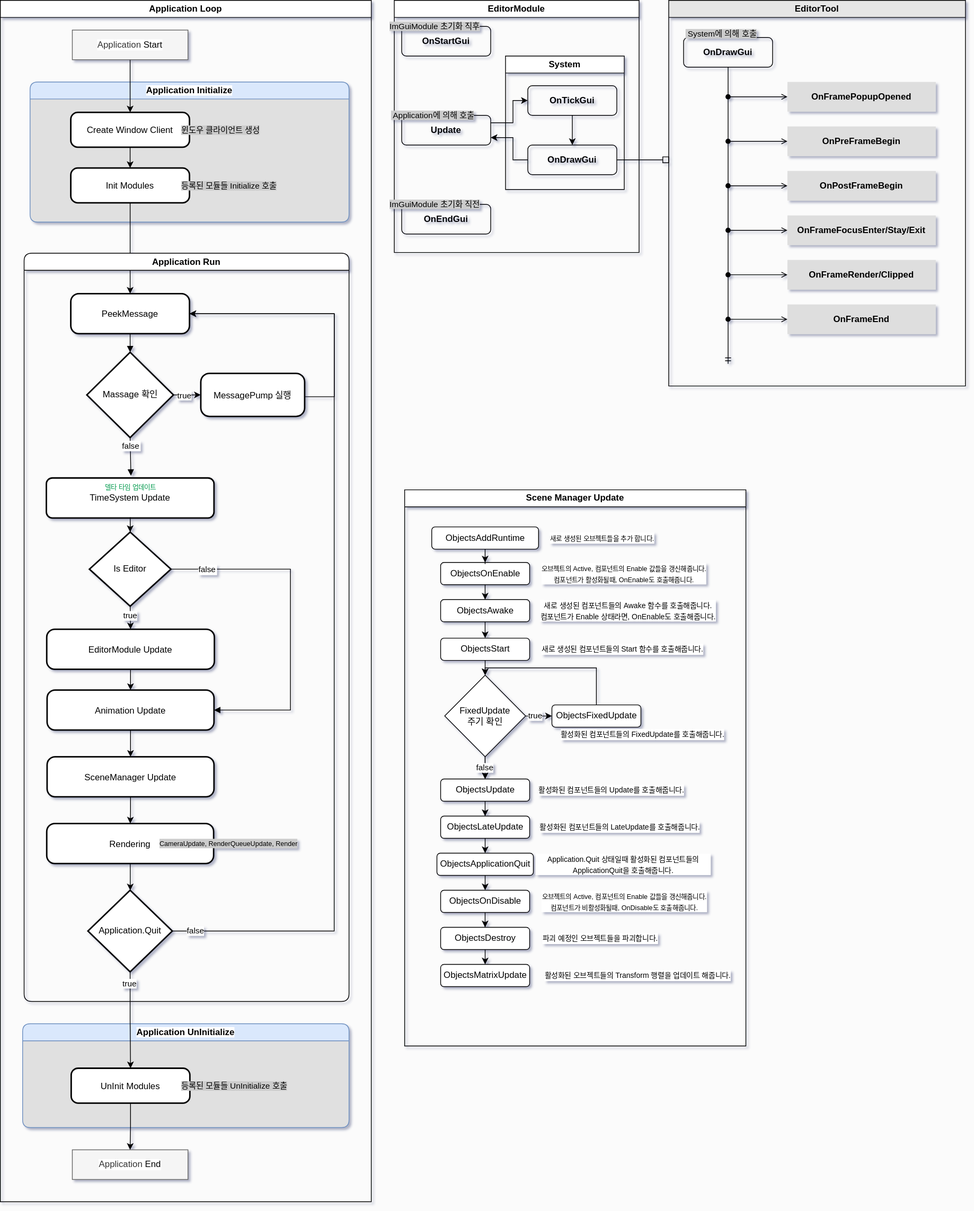
The draw.io diagram Diagram/GameEngineFlowChart.drawio.svg in Scarecrow37/VanishingGround, before a commit. Source tidied: cells renumbered, new cells last; positions are measured from the earlier drawing's top-left corner, leaving out a move shared by most shapes.
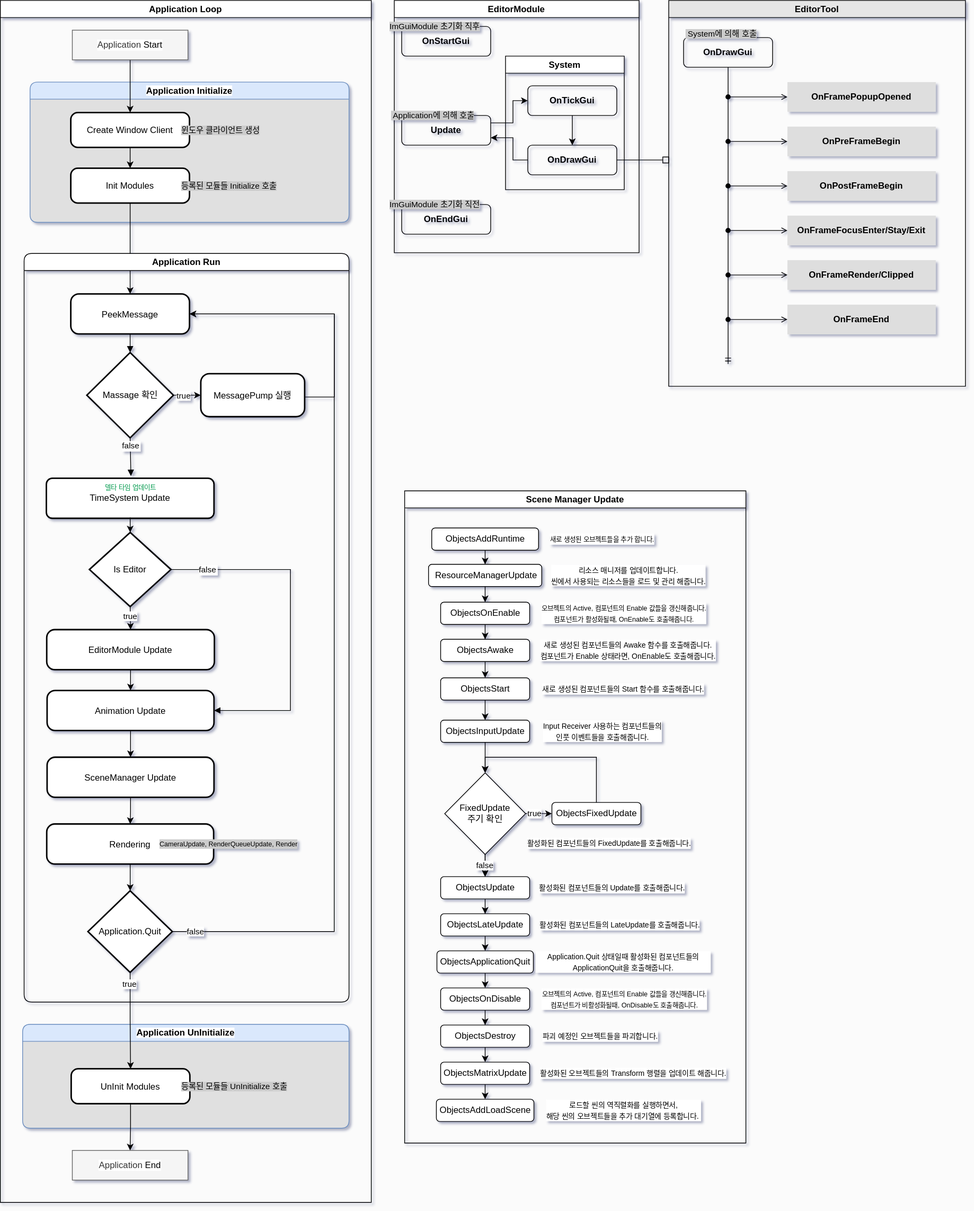
After the commit.

Commit message:
Scene Manager Update 최신화

Change to the diagram source:
```diff
@@ -3,25 +3,28 @@
     <mxCell id="0" />
     <mxCell id="1" parent="0" />
     <mxCell id="2" value="Scene Manager Update" style="swimlane;whiteSpace=wrap;html=1;labelBackgroundColor=default;" parent="1" vertex="1">
-      <mxGeometry x="545" y="660" width="460" height="750" as="geometry" />
+      <mxGeometry x="545" y="661" width="460" height="879" as="geometry" />
     </mxCell>
     <mxCell id="3" style="edgeStyle=orthogonalEdgeStyle;rounded=0;jettySize=auto;html=1;entryX=0.5;entryY=0;entryDx=0;entryDy=0;" parent="2" edge="1" source="4" target="8">
       <mxGeometry relative="1" as="geometry" />
     </mxCell>
     <mxCell id="4" value="ObjectsAwake" style="rounded=1;whiteSpace=wrap;html=1;labelBackgroundColor=default;" parent="2" vertex="1">
-      <mxGeometry x="48.5" y="148" width="120" height="30" as="geometry" />
+      <mxGeometry x="48.5" y="200" width="120" height="30" as="geometry" />
     </mxCell>
     <mxCell id="5" style="edgeStyle=orthogonalEdgeStyle;rounded=0;jettySize=auto;html=1;entryX=0.5;entryY=0;entryDx=0;entryDy=0;" parent="2" edge="1" source="6" target="4">
       <mxGeometry relative="1" as="geometry" />
     </mxCell>
     <mxCell id="6" value="ObjectsOnEnable" style="rounded=1;whiteSpace=wrap;html=1;labelBackgroundColor=default;" parent="2" vertex="1">
-      <mxGeometry x="48.5" y="98" width="120" height="30" as="geometry" />
+      <mxGeometry x="48.5" y="150" width="120" height="30" as="geometry" />
     </mxCell>
-    <mxCell id="7" style="edgeStyle=orthogonalEdgeStyle;rounded=0;jettySize=auto;html=1;exitX=0.5;exitY=1;exitDx=0;exitDy=0;entryX=0.5;entryY=0;entryDx=0;entryDy=0;labelBackgroundColor=default;" parent="2" edge="1" source="8" target="12">
+    <mxCell id="7" style="edgeStyle=orthogonalEdgeStyle;rounded=0;jettySize=auto;html=1;exitX=0.5;exitY=1;exitDx=0;exitDy=0;entryX=0.5;entryY=0;entryDx=0;entryDy=0;labelBackgroundColor=default;" parent="2" edge="1" source="117" target="12">
       <mxGeometry relative="1" as="geometry" />
     </mxCell>
+    <mxCell id="111" style="edgeStyle=orthogonalEdgeStyle;rounded=0;jettySize=auto;html=1;" parent="2" edge="1" source="8" target="117">
+      <mxGeometry relative="1" as="geometry" />
+    </mxCell>
     <mxCell id="8" value="ObjectsStart" style="rounded=1;whiteSpace=wrap;html=1;labelBackgroundColor=default;" parent="2" vertex="1">
-      <mxGeometry x="48.5" y="200" width="120" height="30" as="geometry" />
+      <mxGeometry x="48.5" y="252" width="120" height="30" as="geometry" />
     </mxCell>
     <mxCell id="9" value="true" style="edgeStyle=orthogonalEdgeStyle;rounded=0;jettySize=auto;html=1;exitX=1;exitY=0.5;exitDx=0;exitDy=0;entryX=0;entryY=0.5;entryDx=0;entryDy=0;labelBackgroundColor=default;" parent="2" edge="1" source="12" target="14">
       <mxGeometry x="-0.32" relative="1" as="geometry" />
@@ -33,58 +36,58 @@
       <mxGeometry relative="1" as="geometry" />
     </mxCell>
     <mxCell id="12" value="FixedUpdate&lt;div&gt;주기 확인&lt;/div&gt;" style="rhombus;whiteSpace=wrap;html=1;labelBackgroundColor=default;" parent="2" vertex="1">
-      <mxGeometry x="54" y="250" width="109" height="110" as="geometry" />
+      <mxGeometry x="54" y="380" width="109" height="110" as="geometry" />
     </mxCell>
     <mxCell id="13" style="edgeStyle=orthogonalEdgeStyle;rounded=0;jettySize=auto;html=1;entryX=0.5;entryY=0;entryDx=0;entryDy=0;labelBackgroundColor=default;" parent="2" edge="1" source="14" target="12">
       <mxGeometry relative="1" as="geometry">
         <Array as="points">
-          <mxPoint x="258.5" y="240" />
-          <mxPoint x="108.5" y="240" />
+          <mxPoint x="259" y="359" />
+          <mxPoint x="109" y="359" />
         </Array>
       </mxGeometry>
     </mxCell>
     <mxCell id="14" value="ObjectsFixedUpdate" style="rounded=1;whiteSpace=wrap;html=1;labelBackgroundColor=default;" parent="2" vertex="1">
-      <mxGeometry x="198.5" y="290" width="120" height="30" as="geometry" />
+      <mxGeometry x="198.5" y="420" width="120" height="30" as="geometry" />
     </mxCell>
     <mxCell id="15" style="edgeStyle=orthogonalEdgeStyle;rounded=0;jettySize=auto;html=1;entryX=0.5;entryY=0;entryDx=0;entryDy=0;labelBackgroundColor=default;" parent="2" edge="1" source="16" target="18">
       <mxGeometry relative="1" as="geometry" />
     </mxCell>
     <mxCell id="16" value="ObjectsUpdate" style="rounded=1;whiteSpace=wrap;html=1;labelBackgroundColor=default;" parent="2" vertex="1">
-      <mxGeometry x="48.5" y="390" width="120" height="30" as="geometry" />
+      <mxGeometry x="48.5" y="520" width="120" height="30" as="geometry" />
     </mxCell>
     <mxCell id="17" style="edgeStyle=orthogonalEdgeStyle;rounded=0;jettySize=auto;html=1;exitX=0.5;exitY=1;exitDx=0;exitDy=0;entryX=0.5;entryY=0;entryDx=0;entryDy=0;" parent="2" edge="1" source="18" target="20">
       <mxGeometry relative="1" as="geometry" />
     </mxCell>
     <mxCell id="18" value="ObjectsLateUpdate" style="rounded=1;whiteSpace=wrap;html=1;labelBackgroundColor=default;" parent="2" vertex="1">
-      <mxGeometry x="48.5" y="440" width="120" height="30" as="geometry" />
+      <mxGeometry x="48.5" y="570" width="120" height="30" as="geometry" />
     </mxCell>
     <mxCell id="19" style="edgeStyle=orthogonalEdgeStyle;rounded=0;jettySize=auto;html=1;exitX=0.5;exitY=1;exitDx=0;exitDy=0;entryX=0.5;entryY=0;entryDx=0;entryDy=0;" parent="2" edge="1" source="20" target="31">
       <mxGeometry relative="1" as="geometry" />
     </mxCell>
     <mxCell id="20" value="ObjectsApplicationQuit" style="rounded=1;whiteSpace=wrap;html=1;labelBackgroundColor=default;" parent="2" vertex="1">
-      <mxGeometry x="43.5" y="490" width="130" height="30" as="geometry" />
+      <mxGeometry x="43.5" y="620" width="130" height="30" as="geometry" />
     </mxCell>
     <mxCell id="21" value="&lt;font size=&quot;1&quot;&gt;새로 생성된 컴포넌트들의 Awake 함수를 호출해줍니다.&lt;/font&gt;&lt;div&gt;&lt;font size=&quot;1&quot;&gt;컴포넌트가 Enable 상태라면, OnEnable도 호출해줍니다.&lt;/font&gt;&lt;/div&gt;" style="text;html=1;align=center;verticalAlign=middle;whiteSpace=wrap;rounded=0;labelBackgroundColor=default;" parent="2" vertex="1">
-      <mxGeometry x="173.2" y="148" width="257" height="30" as="geometry" />
+      <mxGeometry x="173.2" y="200" width="257" height="30" as="geometry" />
     </mxCell>
     <mxCell id="22" value="&lt;font style=&quot;font-size: 9px;&quot;&gt;오브젝트의 Active, 컴포넌트의 Enable 값들을 갱신해줍니다.&lt;/font&gt;&lt;div&gt;&lt;font style=&quot;font-size: 9px;&quot;&gt;컴포넌트가 활성화될때, OnEnable도 호출해줍니다.&lt;/font&gt;&lt;/div&gt;" style="text;html=1;align=center;verticalAlign=middle;whiteSpace=wrap;rounded=0;labelBackgroundColor=default;" parent="2" vertex="1">
-      <mxGeometry x="145" y="98" width="301.5" height="30" as="geometry" />
+      <mxGeometry x="145" y="150" width="301.5" height="30" as="geometry" />
     </mxCell>
     <mxCell id="23" value="&lt;span style=&quot;font-size: x-small;&quot;&gt;새로 생성된 컴포넌트들의 Start 함수를 호출해줍니다.&lt;/span&gt;" style="text;html=1;align=center;verticalAlign=middle;whiteSpace=wrap;rounded=0;labelBackgroundColor=default;" parent="2" vertex="1">
-      <mxGeometry x="158.5" y="200" width="271.5" height="30" as="geometry" />
+      <mxGeometry x="158.5" y="252" width="271.5" height="30" as="geometry" />
     </mxCell>
     <mxCell id="24" value="&lt;font style=&quot;font-size: 9px;&quot;&gt;오브젝트의 Active, 컴포넌트의 Enable 값들을 갱신해줍니다.&lt;/font&gt;&lt;div&gt;&lt;font style=&quot;font-size: 9px;&quot;&gt;컴포넌트가 비활성화될때, OnDisable도 호출해줍니다.&lt;/font&gt;&lt;/div&gt;" style="text;html=1;align=center;verticalAlign=middle;whiteSpace=wrap;rounded=0;labelBackgroundColor=default;" parent="2" vertex="1">
-      <mxGeometry x="163" y="540" width="267" height="30" as="geometry" />
+      <mxGeometry x="163" y="670" width="267" height="30" as="geometry" />
     </mxCell>
     <mxCell id="25" value="&lt;span style=&quot;font-size: x-small;&quot;&gt;활성화된 컴포넌트들의 Update를 호출해줍니다.&lt;/span&gt;" style="text;html=1;align=center;verticalAlign=middle;whiteSpace=wrap;rounded=0;labelBackgroundColor=default;" parent="2" vertex="1">
-      <mxGeometry x="158.5" y="390" width="241.5" height="30" as="geometry" />
+      <mxGeometry x="158.5" y="520" width="241.5" height="30" as="geometry" />
     </mxCell>
     <mxCell id="26" value="&lt;span style=&quot;font-size: x-small;&quot;&gt;활성화된 컴포넌트들의 LateUpdate를 호출해줍니다.&lt;/span&gt;" style="text;html=1;align=center;verticalAlign=middle;whiteSpace=wrap;rounded=0;labelBackgroundColor=default;" parent="2" vertex="1">
-      <mxGeometry x="163" y="440" width="255" height="30" as="geometry" />
+      <mxGeometry x="163" y="570" width="255" height="30" as="geometry" />
     </mxCell>
-    <mxCell id="27" style="edgeStyle=orthogonalEdgeStyle;rounded=0;jettySize=auto;html=1;entryX=0.5;entryY=0;entryDx=0;entryDy=0;" parent="2" edge="1" source="28" target="6">
-      <mxGeometry relative="1" as="geometry" />
-    </mxCell>
+    <mxCell id="112" style="edgeStyle=orthogonalEdgeStyle;rounded=0;jettySize=auto;html=1;" parent="2" edge="1" source="28" target="115">
+      <mxGeometry relative="1" as="geometry" />
+    </mxCell>
     <mxCell id="28" value="ObjectsAddRuntime" style="rounded=1;whiteSpace=wrap;html=1;labelBackgroundColor=default;" parent="2" vertex="1">
       <mxGeometry x="36.5" y="50" width="144" height="30" as="geometry" />
     </mxCell>
@@ -95,29 +98,53 @@
       <mxGeometry relative="1" as="geometry" />
     </mxCell>
     <mxCell id="31" value="ObjectsOnDisable" style="rounded=1;whiteSpace=wrap;html=1;labelBackgroundColor=default;" parent="2" vertex="1">
-      <mxGeometry x="48.5" y="540" width="120" height="30" as="geometry" />
+      <mxGeometry x="48.5" y="670" width="120" height="30" as="geometry" />
     </mxCell>
     <mxCell id="32" value="&lt;font size=&quot;1&quot;&gt;Application.Quit 상태일때&amp;nbsp;&lt;/font&gt;&lt;span style=&quot;font-size: x-small;&quot;&gt;활성화된 컴포넌트들의 ApplicationQuit을 호출해줍니다.&lt;/span&gt;" style="text;html=1;align=center;verticalAlign=middle;whiteSpace=wrap;rounded=0;labelBackgroundColor=default;" parent="2" vertex="1">
-      <mxGeometry x="176" y="490" width="237.5" height="30" as="geometry" />
+      <mxGeometry x="176" y="620" width="237.5" height="30" as="geometry" />
     </mxCell>
     <mxCell id="33" value="&lt;font size=&quot;1&quot;&gt;파괴 예정인 오브젝트들을 파괴합니다.&lt;/font&gt;" style="text;html=1;align=center;verticalAlign=middle;whiteSpace=wrap;rounded=0;labelBackgroundColor=default;" parent="2" vertex="1">
-      <mxGeometry x="173.2" y="590" width="182" height="30" as="geometry" />
+      <mxGeometry x="173.2" y="720" width="182" height="30" as="geometry" />
     </mxCell>
     <mxCell id="34" style="edgeStyle=orthogonalEdgeStyle;rounded=0;jettySize=auto;html=1;exitX=0.5;exitY=1;exitDx=0;exitDy=0;entryX=0.5;entryY=0;entryDx=0;entryDy=0;" parent="2" edge="1" source="35" target="37">
       <mxGeometry relative="1" as="geometry" />
     </mxCell>
     <mxCell id="35" value="ObjectsDestroy" style="rounded=1;whiteSpace=wrap;html=1;labelBackgroundColor=default;" parent="2" vertex="1">
-      <mxGeometry x="48.5" y="590" width="120" height="30" as="geometry" />
+      <mxGeometry x="48.5" y="720" width="120" height="30" as="geometry" />
     </mxCell>
     <mxCell id="36" value="&lt;font size=&quot;1&quot;&gt;활성화된 컴포넌트들의 FixedUpdate를 호출해줍니다.&lt;/font&gt;" style="text;html=1;align=center;verticalAlign=middle;whiteSpace=wrap;rounded=0;labelBackgroundColor=default;" parent="2" vertex="1">
-      <mxGeometry x="195" y="315" width="251.5" height="30" as="geometry" />
+      <mxGeometry x="150.1" y="460" width="251.5" height="30" as="geometry" />
     </mxCell>
+    <mxCell id="113" style="edgeStyle=orthogonalEdgeStyle;rounded=0;jettySize=auto;html=1;" parent="2" edge="1" source="37" target="119">
+      <mxGeometry relative="1" as="geometry" />
+    </mxCell>
     <mxCell id="37" value="ObjectsMatrixUpdate" style="rounded=1;whiteSpace=wrap;html=1;labelBackgroundColor=default;" parent="2" vertex="1">
-      <mxGeometry x="48.5" y="640" width="120" height="30" as="geometry" />
+      <mxGeometry x="48.5" y="770" width="120" height="30" as="geometry" />
     </mxCell>
     <mxCell id="38" value="&lt;span style=&quot;font-size: x-small;&quot;&gt;활성화된 오브젝트들의 Transform 행렬을 업데이트 해줍니다.&lt;/span&gt;" style="text;html=1;align=center;verticalAlign=middle;whiteSpace=wrap;rounded=0;labelBackgroundColor=default;" parent="2" vertex="1">
-      <mxGeometry x="168.5" y="640" width="291.2" height="30" as="geometry" />
+      <mxGeometry x="163" y="770" width="291.2" height="30" as="geometry" />
     </mxCell>
+    <mxCell id="114" style="edgeStyle=orthogonalEdgeStyle;rounded=0;jettySize=auto;html=1;" parent="2" edge="1" source="115" target="6">
+      <mxGeometry relative="1" as="geometry" />
+    </mxCell>
+    <mxCell id="115" value="&amp;nbsp;ResourceManagerUpdate" style="rounded=1;whiteSpace=wrap;html=1;labelBackgroundColor=default;" parent="2" vertex="1">
+      <mxGeometry x="32.2" y="99" width="152.6" height="30" as="geometry" />
+    </mxCell>
+    <mxCell id="116" value="&lt;font size=&quot;1&quot;&gt;리소스 매니저를 업데이트합니다.&lt;/font&gt;&lt;div&gt;&lt;font size=&quot;1&quot;&gt;씬에서 사용되는 리소스들을 로드 및 관리 해줍니다.&lt;/font&gt;&lt;/div&gt;" style="text;html=1;align=center;verticalAlign=middle;whiteSpace=wrap;rounded=0;labelBackgroundColor=default;" parent="2" vertex="1">
+      <mxGeometry x="151" y="99" width="301.5" height="30" as="geometry" />
+    </mxCell>
+    <mxCell id="117" value="ObjectsInputUpdate" style="rounded=1;whiteSpace=wrap;html=1;labelBackgroundColor=default;" parent="2" vertex="1">
+      <mxGeometry x="48.5" y="309" width="120" height="30" as="geometry" />
+    </mxCell>
+    <mxCell id="118" value="&lt;font size=&quot;1&quot;&gt;Input Receiver 사용하는 컴포넌트들의&lt;/font&gt;&lt;div&gt;&lt;font size=&quot;1&quot;&gt;인풋 이벤트들을 호출해줍니다.&lt;/font&gt;&lt;/div&gt;" style="text;html=1;align=center;verticalAlign=middle;whiteSpace=wrap;rounded=0;labelBackgroundColor=default;" parent="2" vertex="1">
+      <mxGeometry x="130.8" y="309" width="271.5" height="30" as="geometry" />
+    </mxCell>
+    <mxCell id="119" value="ObjectsAddLoadScene" style="rounded=1;whiteSpace=wrap;html=1;labelBackgroundColor=default;" parent="2" vertex="1">
+      <mxGeometry x="42.8" y="820" width="131.5" height="30" as="geometry" />
+    </mxCell>
+    <mxCell id="120" value="&lt;font size=&quot;1&quot;&gt;로드할 씬의 역직렬화를 실행하면서,&lt;/font&gt;&lt;div&gt;&lt;font size=&quot;1&quot;&gt;해당 씬의 오브젝트들을 추가 대기열에 등록합니다.&amp;nbsp;&lt;/font&gt;&lt;/div&gt;" style="text;html=1;align=center;verticalAlign=middle;whiteSpace=wrap;rounded=0;labelBackgroundColor=default;" parent="2" vertex="1">
+      <mxGeometry x="150.1" y="820" width="291.2" height="30" as="geometry" />
+    </mxCell>
     <mxCell id="39" value="Application Loop" style="swimlane;whiteSpace=wrap;html=1;labelBackgroundColor=default;" parent="1" vertex="1">
       <mxGeometry width="500" height="1620" as="geometry" />
     </mxCell>
```
